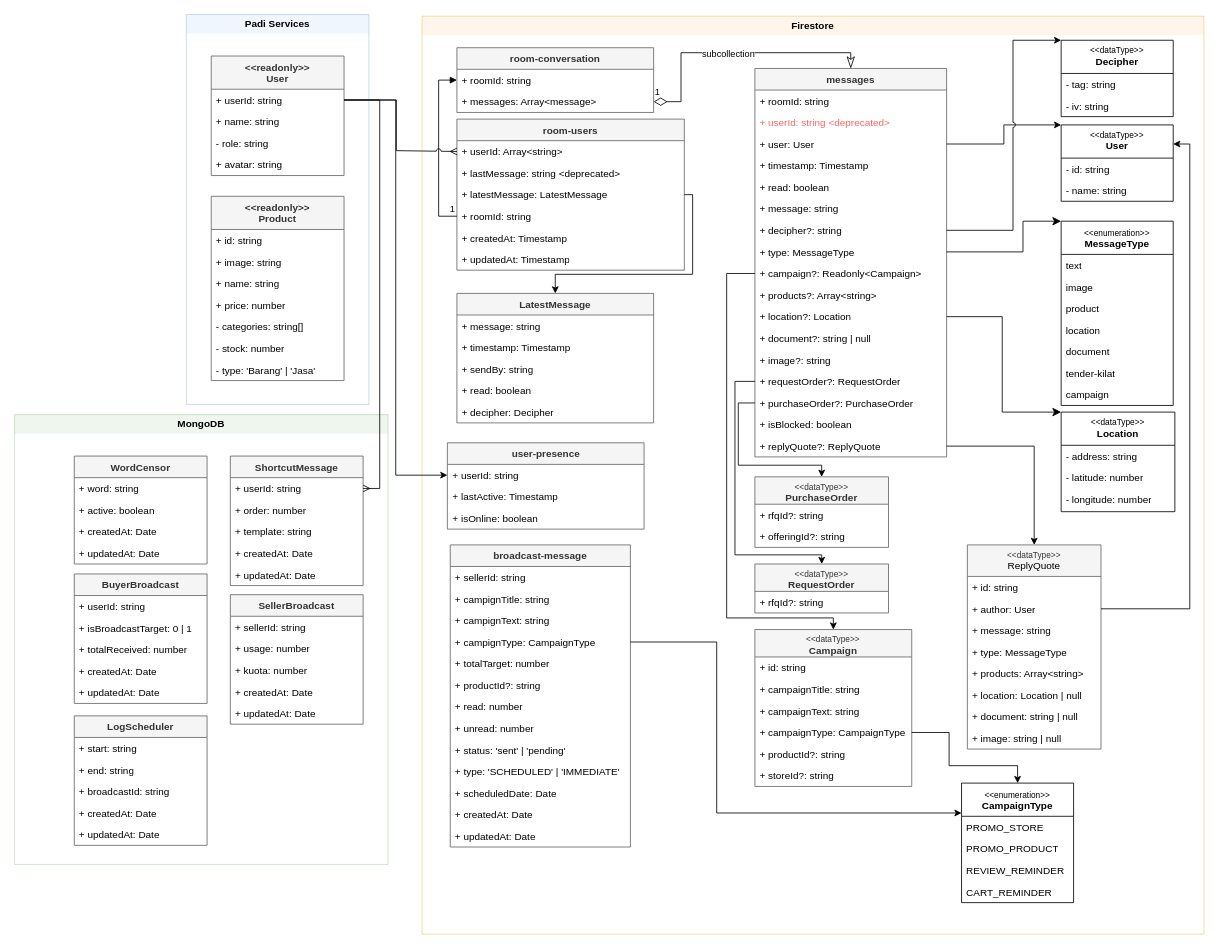
Earlier version of the draw.io diagram page "Entity Diagram" (3 of 8) of System Design Padi Chat.drawio (yogiprsetya/app.diagrams.net). Source tidied: cells renumbered, new cells numbered last; positions are measured from the earlier drawing's top-left corner, leaving out a move shared by most shapes. Both pictures are drawn from the tidied source at 83%, with x=0, y=0 at pixel (14, 14).
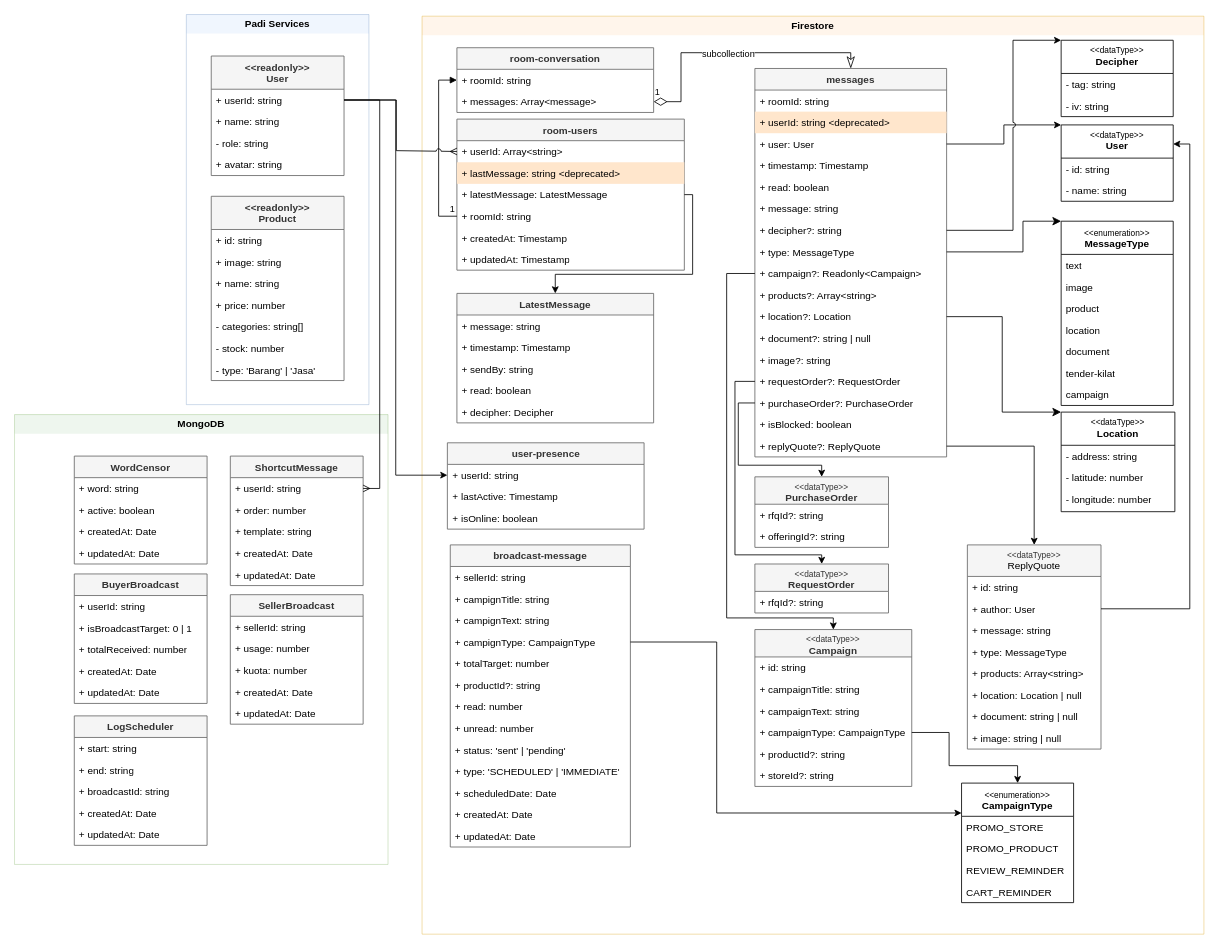
After the change.

The change refers to these unchanged cells:
```xml
<mxCell id="15" value="room-users" style="swimlane;fontStyle=1;align=center;verticalAlign=top;horizontal=1;startSize=26;whiteSpace=wrap;html=1;fillColor=#f5f5f5;fontColor=#333333;strokeColor=#666666;" parent="2" vertex="1">
  <mxGeometry x="42" y="124" width="274" height="182" as="geometry" />
</mxCell>
<mxCell id="22" value="messages" style="swimlane;fontStyle=1;align=center;verticalAlign=top;horizontal=1;startSize=26;whiteSpace=wrap;html=1;fillColor=#f5f5f5;fontColor=#333333;strokeColor=#666666;" parent="2" vertex="1">
  <mxGeometry x="401" y="63" width="231" height="468" as="geometry" />
</mxCell>
```

Change to the diagram source:
```diff
@@
-    <mxCell id="17" value="&lt;span style=&quot;color: light-dark(rgb(0, 0, 0), rgb(234, 107, 102));&quot;&gt;+ &lt;span class=&quot;database-key&quot;&gt;lastMessage&lt;/span&gt;: string&amp;nbsp;&amp;lt;deprecated&amp;gt;&lt;/span&gt;" style="text;strokeColor=none;fillColor=none;align=left;verticalAlign=top;spacingLeft=4;spacingRight=4;overflow=hidden;whiteSpace=wrap;html=1;" parent="15" vertex="1">
+    <mxCell id="17" value="&lt;span style=&quot;&quot;&gt;&lt;font style=&quot;color: light-dark(rgb(0, 0, 0), rgb(255, 51, 51));&quot;&gt;+ &lt;span class=&quot;database-key&quot; style=&quot;&quot;&gt;lastMessage&lt;/span&gt;: string&amp;nbsp;&amp;lt;deprecated&amp;gt;&lt;/font&gt;&lt;/span&gt;" style="text;strokeColor=none;fillColor=#ffe6cc;align=left;verticalAlign=top;spacingLeft=4;spacingRight=4;overflow=hidden;whiteSpace=wrap;html=1;" parent="15" vertex="1">
       <mxGeometry y="52" width="274" height="26" as="geometry" />
     </mxCell>
@@
-    <mxCell id="24" value="+ &lt;span class=&quot;database-key&quot;&gt;userId&lt;/span&gt;: string &amp;lt;deprecated&amp;gt;" style="text;strokeColor=none;fillColor=none;align=left;verticalAlign=top;spacingLeft=4;spacingRight=4;overflow=hidden;whiteSpace=wrap;html=1;fontColor=#FF6666;" parent="22" vertex="1">
+    <mxCell id="24" value="&lt;font style=&quot;color: light-dark(rgb(0, 0, 0), rgb(255, 51, 51));&quot;&gt;+ &lt;span class=&quot;database-key&quot;&gt;userId&lt;/span&gt;: string &amp;lt;deprecated&amp;gt;&lt;/font&gt;" style="text;strokeColor=none;fillColor=#ffe6cc;align=left;verticalAlign=top;spacingLeft=4;spacingRight=4;overflow=hidden;whiteSpace=wrap;html=1;" parent="22" vertex="1">
       <mxGeometry y="52" width="231" height="26" as="geometry" />
     </mxCell>
```
